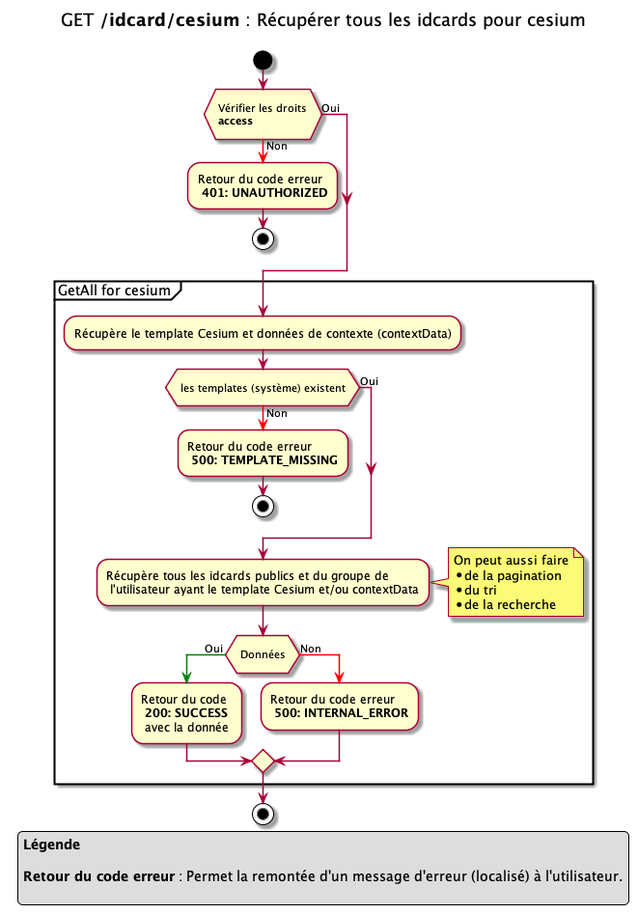
Above: 01.byd-DataFactory/1.ArchitectureDossier/images/idcard_getAll_cesium.png in cogirep/documentation (PlantUML), before the change.
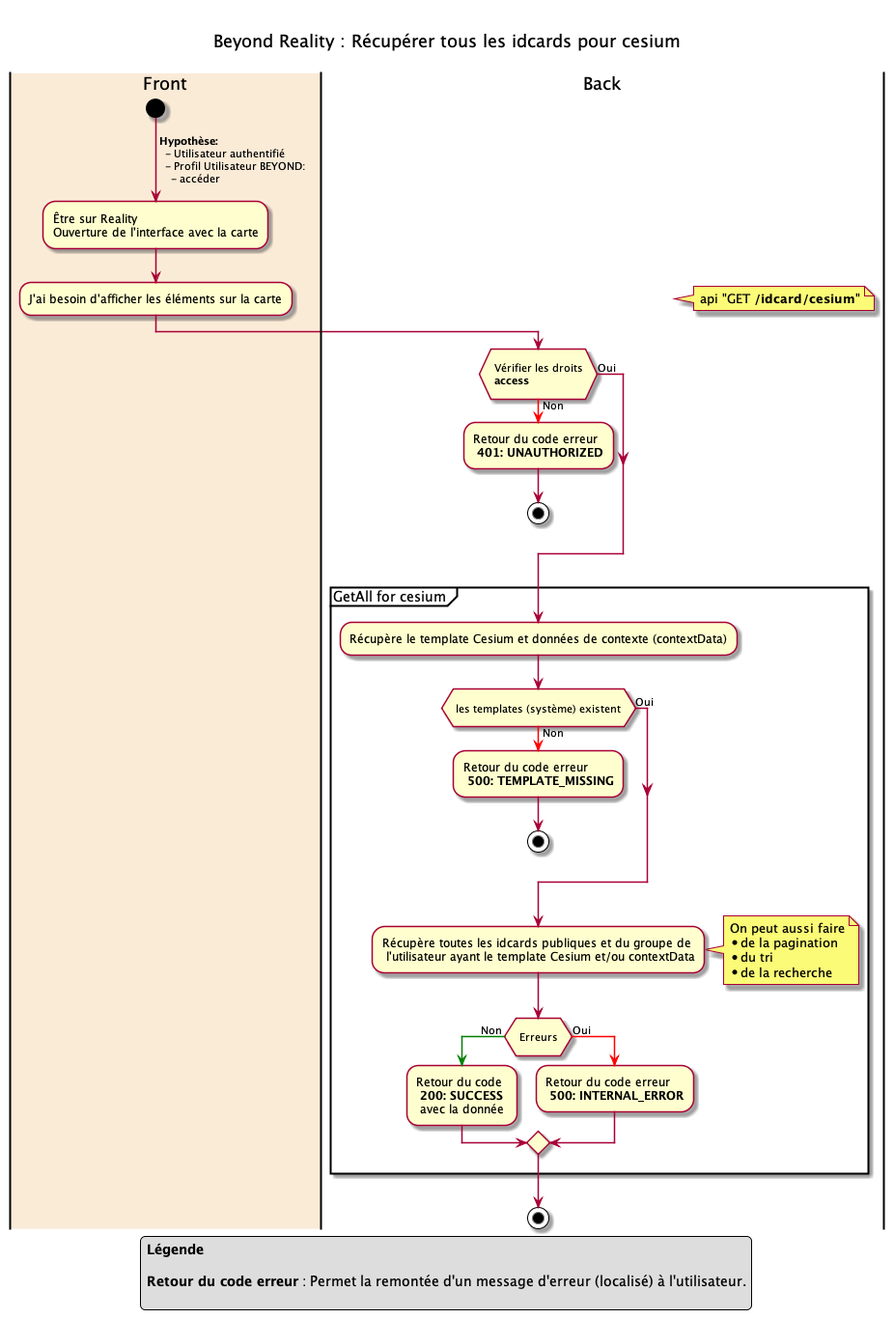
The same file after the commit.

What changed in the source:
```diff
@@ -1,11 +1,22 @@
-@startuml
+@startuml idcard_getAll_cesium
 
 title
-GET **/idcard/cesium** : Récupérer tous les idcards pour cesium
+
+Beyond Reality : Récupérer tous les idcards pour cesium
 
 end title
 
+|#AntiqueWhite| Front |
 start
+->  **Hypothèse:** \n  - Utilisateur authentifié \n  - Profil Utilisateur BEYOND:  \n    - accéder;
+
+-Être sur Reality\nOuverture de l'interface avec la carte
+-J'ai besoin d'afficher les éléments sur la carte
+
+| Back |
+note right
+  api "GET **/idcard/cesium**"
+end note
 if ( \n Vérifier les droits \n **access** \n)
     -[#red]-> Non ;
     -Retour du code erreur \n **401: UNAUTHORIZED**
@@ -22,7 +33,7 @@
         stop
     else (Oui)
     endif
-    -Récupère tous les idcards publics et du groupe de \n l'utilisateur ayant le template Cesium et/ou contextData
+    -Récupère toutes les idcards publiques et du groupe de \n l'utilisateur ayant le template Cesium et/ou contextData
     note right
     On peut aussi faire
     * de la pagination
@@ -30,11 +41,11 @@
     * de la recherche
     endnote
 
-    if ( \n Données \n )
-        -[#green]-> Oui ;
+    if ( \n Erreurs \n )
+        -[#green]-> Non ;
         -Retour du code \n **200: SUCCESS** \n avec la donnée
     else
-        -[#red]-> Non ;
+        -[#red]-> Oui ;
         -Retour du code erreur \n **500: INTERNAL_ERROR**
     endif
 }
```
